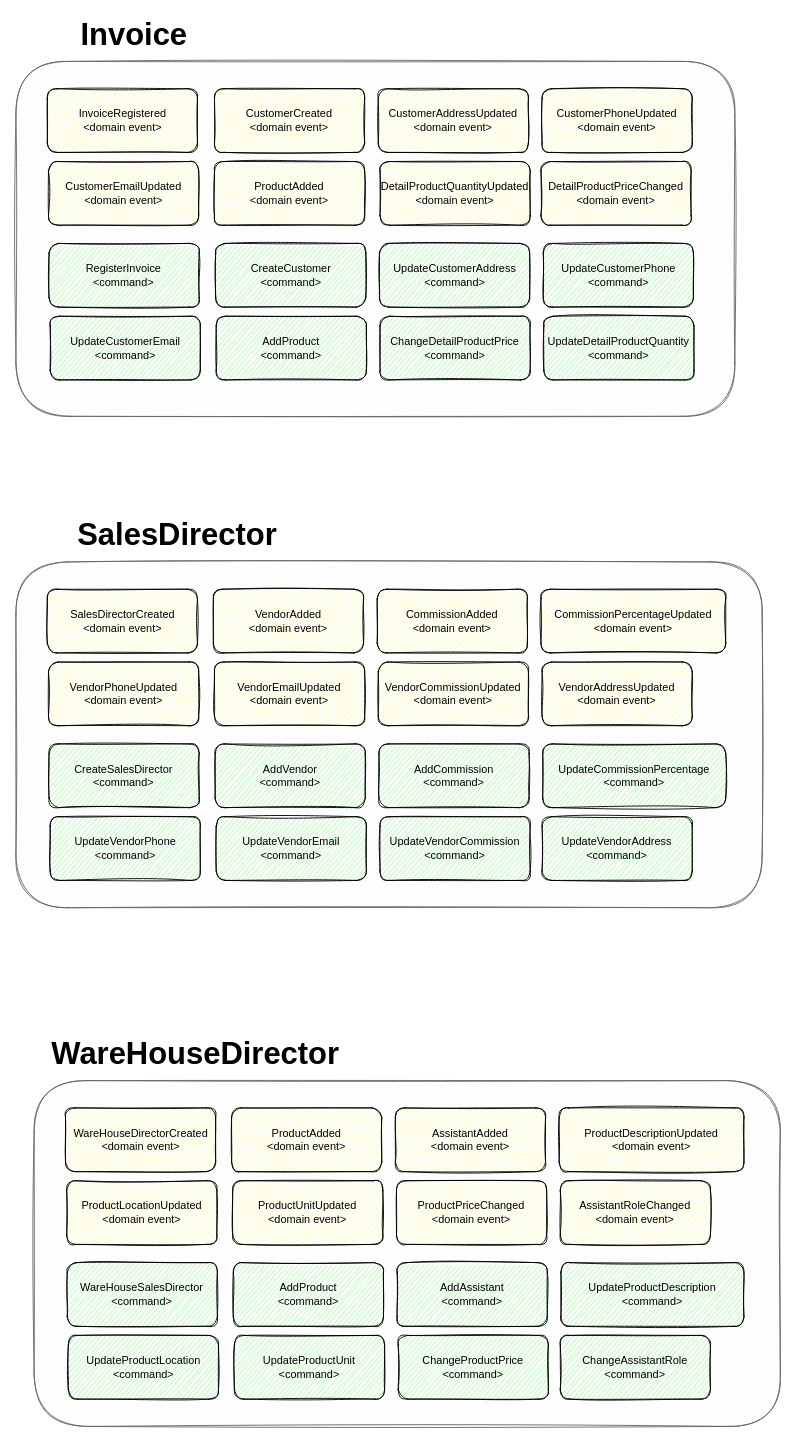
Earlier version of the draw.io diagram page "Domain Events" (4 of 4) of Ordeagro DM.drawio (johnnycastro72/ordeagro). Source tidied: cells renumbered, new cells numbered last; positions are measured from the earlier drawing's top-left corner, leaving out a move shared by most shapes. Both pictures are drawn from the tidied source at 91%, with x=0, y=0 at pixel (15, 15).
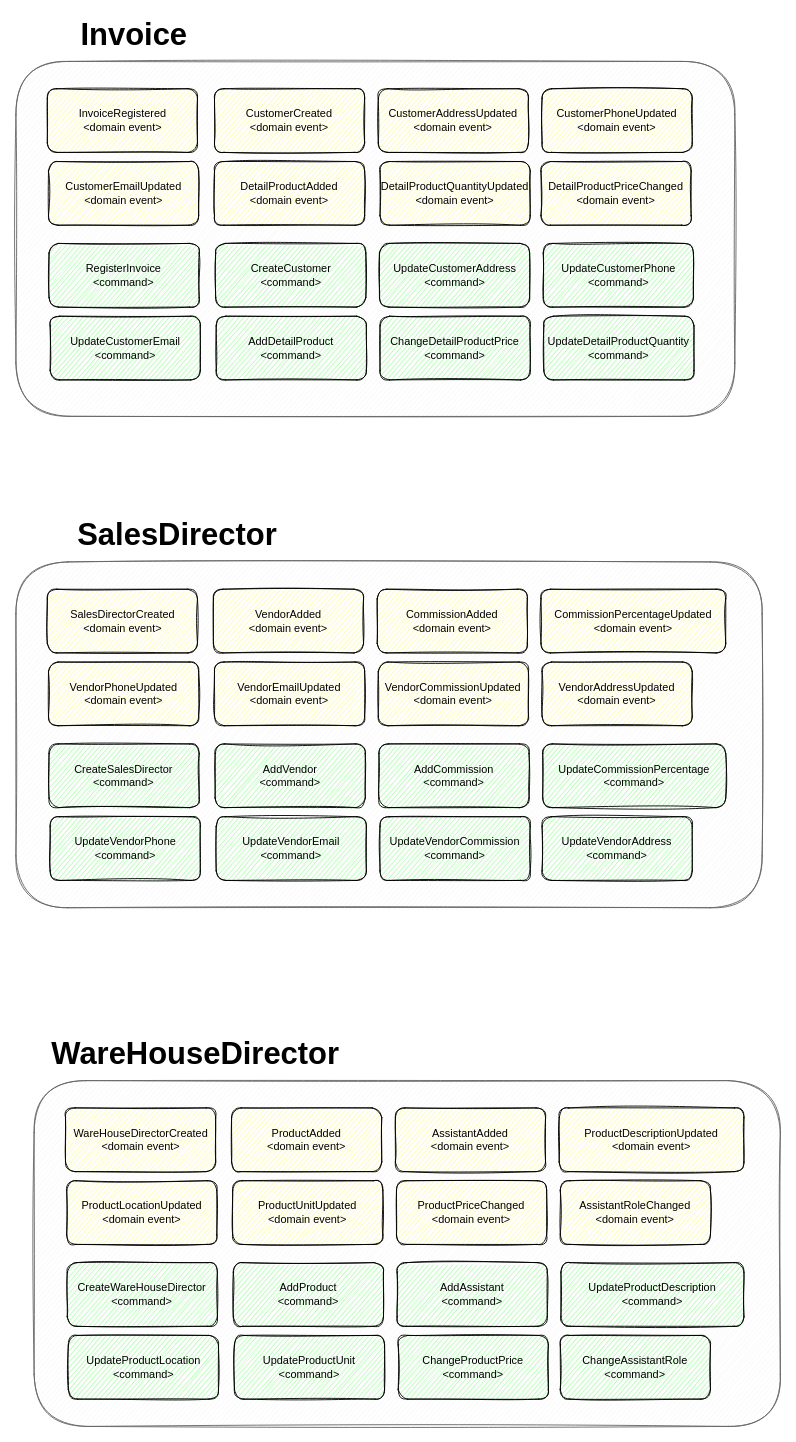
The same page after the edit.

What changed in the source:
```diff
@@
-    <mxCell id="9" value="&lt;span style=&quot;font-size: 12px; text-align: left; line-height: 0.7;&quot;&gt;&lt;span style=&quot;&quot;&gt;ProductAdded&lt;/span&gt;&lt;span style=&quot;&quot;&gt;&lt;br&gt;&lt;/span&gt;&amp;lt;domain event&amp;gt;&lt;br style=&quot;font-size: 12px;&quot;&gt;&lt;/span&gt;" style="rounded=1;whiteSpace=wrap;html=1;sketch=1;fontSize=12;fillColor=#FFFF99;" parent="1" vertex="1">
+    <mxCell id="9" value="&lt;span style=&quot;font-size: 12px; text-align: left; line-height: 0.7;&quot;&gt;&lt;span style=&quot;&quot;&gt;DetailProductAdded&lt;/span&gt;&lt;span style=&quot;&quot;&gt;&lt;br&gt;&lt;/span&gt;&amp;lt;domain event&amp;gt;&lt;br style=&quot;font-size: 12px;&quot;&gt;&lt;/span&gt;" style="rounded=1;whiteSpace=wrap;html=1;sketch=1;fontSize=12;fillColor=#FFFF99;" parent="1" vertex="1">
       <mxGeometry x="218.2" y="160" width="165" height="70" as="geometry" />
     </mxCell>
@@
-    <mxCell id="17" value="&lt;span style=&quot;font-size: 12px; text-align: left; line-height: 0.7;&quot;&gt;Add&lt;span style=&quot;&quot;&gt;Product&lt;/span&gt;&lt;span style=&quot;&quot;&gt;&lt;br&gt;&lt;/span&gt;&amp;lt;command&amp;gt;&lt;br style=&quot;font-size: 12px;&quot;&gt;&lt;/span&gt;" style="rounded=1;whiteSpace=wrap;html=1;sketch=1;fontSize=12;fillColor=#99FF99;" parent="1" vertex="1">
+    <mxCell id="17" value="&lt;span style=&quot;font-size: 12px; text-align: left; line-height: 0.7;&quot;&gt;AddDetail&lt;span style=&quot;&quot;&gt;Product&lt;/span&gt;&lt;span style=&quot;&quot;&gt;&lt;br&gt;&lt;/span&gt;&amp;lt;command&amp;gt;&lt;br style=&quot;font-size: 12px;&quot;&gt;&lt;/span&gt;" style="rounded=1;whiteSpace=wrap;html=1;sketch=1;fontSize=12;fillColor=#99FF99;" parent="1" vertex="1">
       <mxGeometry x="220.1" y="330" width="165" height="70" as="geometry" />
     </mxCell>
@@
-    <mxCell id="48" value="&lt;span style=&quot;font-size: 12px; text-align: left; line-height: 0.7;&quot;&gt;&lt;span style=&quot;&quot;&gt;WareHouseSalesDirector&lt;br&gt;&lt;/span&gt;&amp;lt;command&amp;gt;&lt;br style=&quot;font-size: 12px;&quot;&gt;&lt;/span&gt;" style="rounded=1;whiteSpace=wrap;html=1;sketch=1;fontSize=12;fillColor=#99FF99;" parent="1" vertex="1">
+    <mxCell id="48" value="&lt;span style=&quot;font-size: 12px; text-align: left; line-height: 0.7;&quot;&gt;&lt;span style=&quot;&quot;&gt;CreateWareHouseDirector&lt;br&gt;&lt;/span&gt;&amp;lt;command&amp;gt;&lt;br style=&quot;font-size: 12px;&quot;&gt;&lt;/span&gt;" style="rounded=1;whiteSpace=wrap;html=1;sketch=1;fontSize=12;fillColor=#99FF99;" parent="1" vertex="1">
       <mxGeometry x="56.4" y="1370" width="165" height="70" as="geometry" />
     </mxCell>
```
